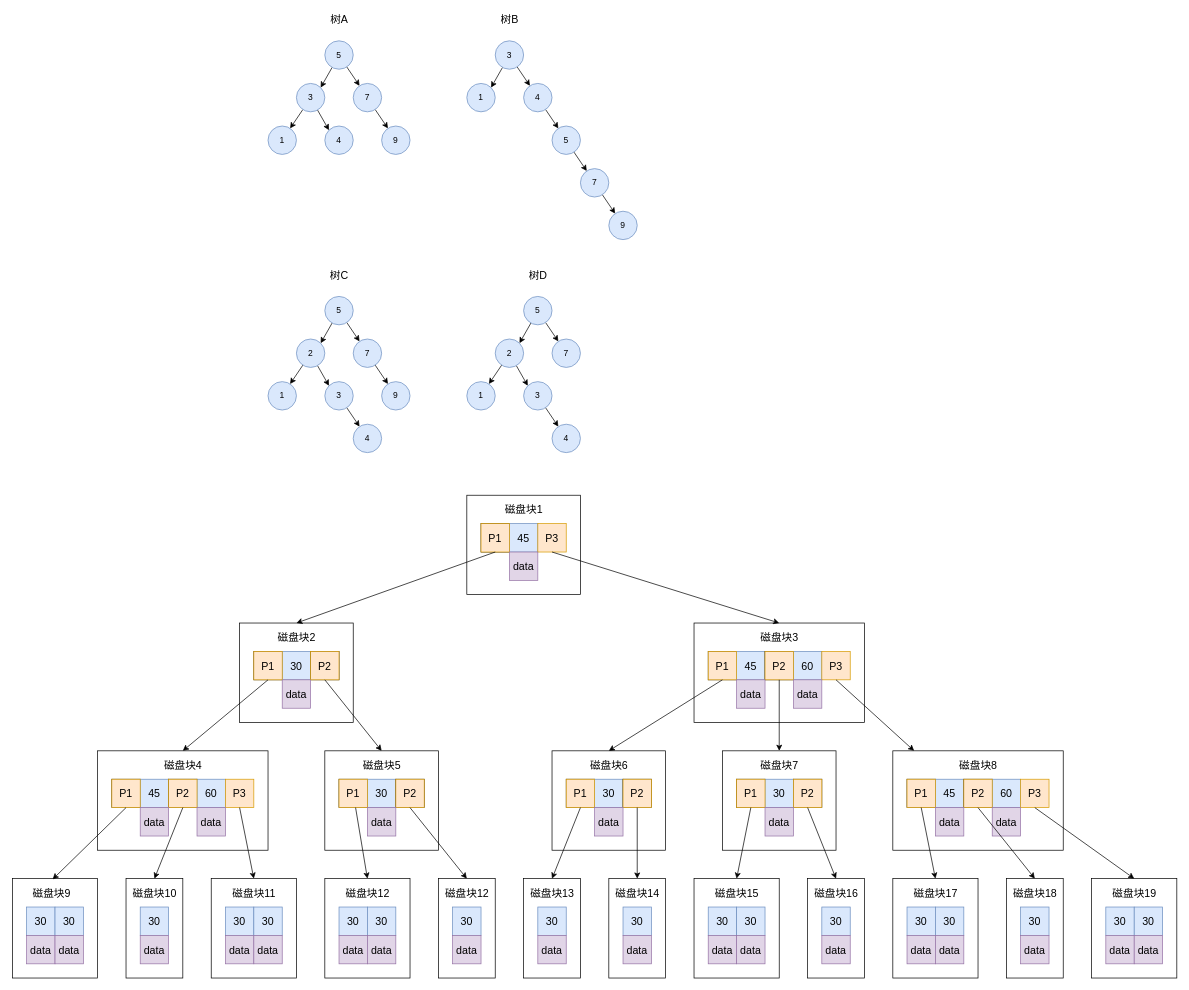
Above: MySQL 的 B+Tree/MySQL 的 B+Tree.drawio in zero-97/picture-of-the-article (draw.io), before the change. Source tidied: cells renumbered, new cells numbered last; positions are measured from the earlier drawing's top-left corner, leaving out a move shared by most shapes. Both pictures are drawn from the tidied source at 71%, with x=0, y=0 at pixel (12, 12).
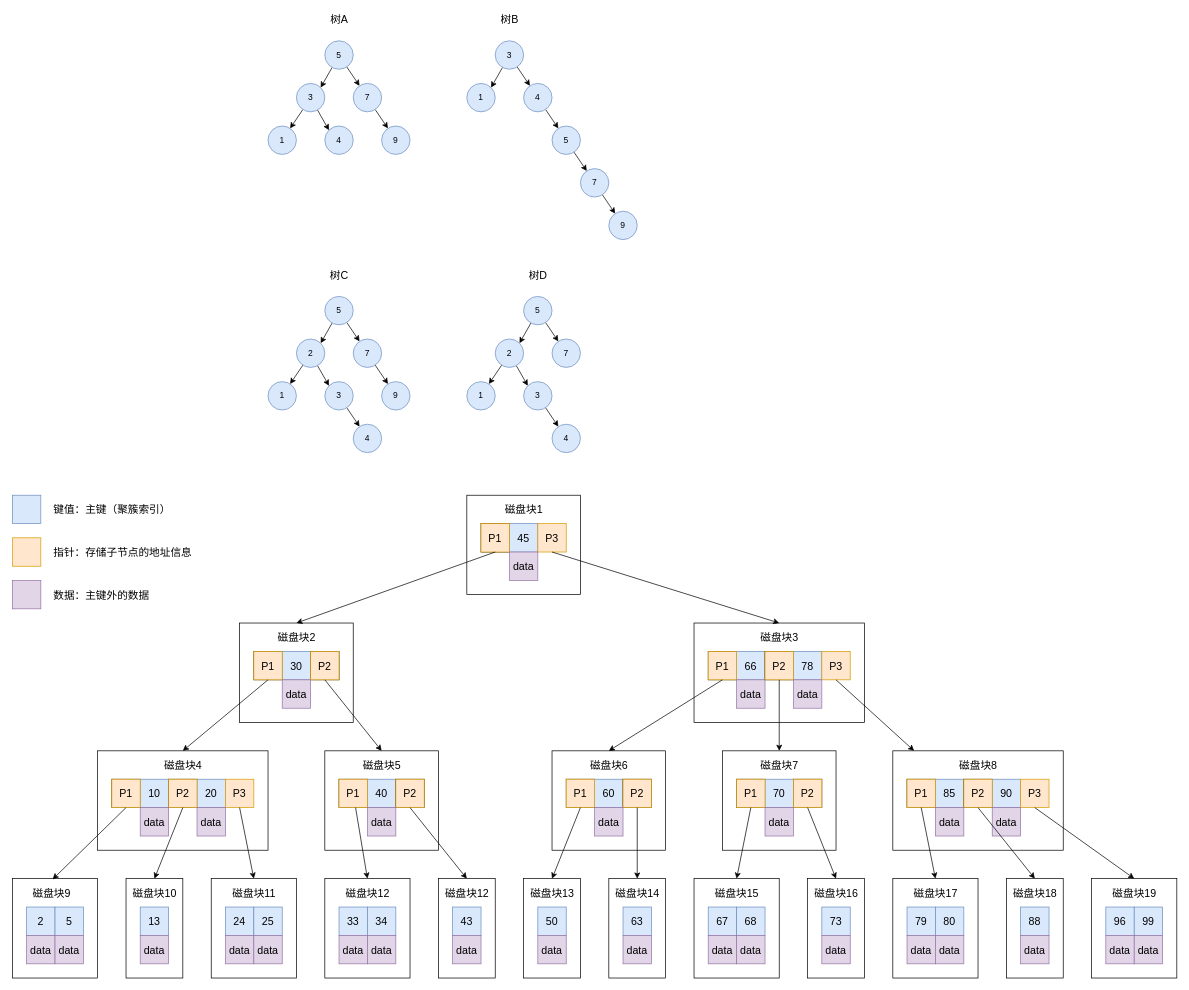
After the change.

The change refers to these unchanged cells:
```xml
<mxCell id="52" style="group;" parent="1" vertex="1">
  <mxGeometry x="960" y="860" width="240" height="140" as="geometry" />
</mxCell>
<mxCell id="73" style="group;" parent="1" vertex="1">
  <mxGeometry x="120" y="1040" width="240" height="140" as="geometry" />
</mxCell>
<mxCell id="86" style="group;" parent="1" vertex="1">
  <mxGeometry x="440" y="1040" width="160" height="140" as="geometry" />
</mxCell>
<mxCell id="96" style="group;" parent="1" vertex="1">
  <mxGeometry x="160" y="1220" width="80" height="140" as="geometry" />
</mxCell>
<mxCell id="101" style="group;" parent="1" vertex="1">
  <mxGeometry y="1220" width="120" height="140" as="geometry" />
</mxCell>
<mxCell id="111" style="group;" parent="1" vertex="1">
  <mxGeometry x="440" y="1220" width="120" height="140" as="geometry" />
</mxCell>
<mxCell id="118" style="group;" parent="1" vertex="1">
  <mxGeometry x="280" y="1220" width="120" height="140" as="geometry" />
</mxCell>
<mxCell id="126" style="group;" parent="1" vertex="1">
  <mxGeometry x="600" y="1220" width="80" height="140" as="geometry" />
</mxCell>
<mxCell id="132" style="group;" parent="1" vertex="1">
  <mxGeometry x="760" y="1040" width="160" height="140" as="geometry" />
</mxCell>
<mxCell id="141" style="group;" parent="1" vertex="1">
  <mxGeometry x="1000" y="1040" width="160" height="140" as="geometry" />
</mxCell>
<mxCell id="150" style="group;" parent="1" vertex="1">
  <mxGeometry x="1240" y="1040" width="240" height="140" as="geometry" />
</mxCell>
<mxCell id="165" style="group;" parent="1" vertex="1">
  <mxGeometry x="720" y="1220" width="80" height="140" as="geometry" />
</mxCell>
<mxCell id="170" style="group;" parent="1" vertex="1">
  <mxGeometry x="840" y="1220" width="80" height="140" as="geometry" />
</mxCell>
<mxCell id="175" style="group;" parent="1" vertex="1">
  <mxGeometry x="960" y="1220" width="120" height="140" as="geometry" />
</mxCell>
<mxCell id="182" style="group;" parent="1" vertex="1">
  <mxGeometry x="1120" y="1220" width="80" height="140" as="geometry" />
</mxCell>
<mxCell id="187" style="group;" parent="1" vertex="1">
  <mxGeometry x="1240" y="1220" width="120" height="140" as="geometry" />
</mxCell>
<mxCell id="194" style="group;" parent="1" vertex="1">
  <mxGeometry x="1400" y="1220" width="80" height="140" as="geometry" />
</mxCell>
<mxCell id="199" style="group;" parent="1" vertex="1">
  <mxGeometry x="1520" y="1220" width="120" height="140" as="geometry" />
</mxCell>
```

Change to the diagram source:
```diff
@@
-    <mxCell id="55" value="45" style="rounded=0;whiteSpace=wrap;html=1;fontSize=15;fillColor=#dae8fc;strokeColor=#6c8ebf;" parent="52" vertex="1">
+    <mxCell id="55" value="66" style="rounded=0;whiteSpace=wrap;html=1;fontSize=15;fillColor=#dae8fc;strokeColor=#6c8ebf;" parent="52" vertex="1">
       <mxGeometry x="60" y="40" width="40" height="40" as="geometry" />
     </mxCell>
@@
-    <mxCell id="57" value="60" style="rounded=0;whiteSpace=wrap;html=1;fontSize=15;fillColor=#dae8fc;strokeColor=#6c8ebf;" parent="52" vertex="1">
+    <mxCell id="57" value="78" style="rounded=0;whiteSpace=wrap;html=1;fontSize=15;fillColor=#dae8fc;strokeColor=#6c8ebf;" parent="52" vertex="1">
       <mxGeometry x="140" y="40" width="40" height="40" as="geometry" />
     </mxCell>
@@
-    <mxCell id="76" value="45" style="rounded=0;whiteSpace=wrap;html=1;fontSize=15;fillColor=#dae8fc;strokeColor=#6c8ebf;" parent="73" vertex="1">
+    <mxCell id="76" value="10" style="rounded=0;whiteSpace=wrap;html=1;fontSize=15;fillColor=#dae8fc;strokeColor=#6c8ebf;" parent="73" vertex="1">
       <mxGeometry x="60" y="40" width="40" height="40" as="geometry" />
     </mxCell>
@@
-    <mxCell id="78" value="60" style="rounded=0;whiteSpace=wrap;html=1;fontSize=15;fillColor=#dae8fc;strokeColor=#6c8ebf;" parent="73" vertex="1">
+    <mxCell id="78" value="20" style="rounded=0;whiteSpace=wrap;html=1;fontSize=15;fillColor=#dae8fc;strokeColor=#6c8ebf;" parent="73" vertex="1">
       <mxGeometry x="140" y="40" width="40" height="40" as="geometry" />
     </mxCell>
@@
-    <mxCell id="89" value="30" style="rounded=0;whiteSpace=wrap;html=1;fontSize=15;fillColor=#dae8fc;strokeColor=#6c8ebf;" parent="86" vertex="1">
+    <mxCell id="89" value="40" style="rounded=0;whiteSpace=wrap;html=1;fontSize=15;fillColor=#dae8fc;strokeColor=#6c8ebf;" parent="86" vertex="1">
       <mxGeometry x="60" y="40" width="40" height="40" as="geometry" />
     </mxCell>
@@
-    <mxCell id="98" value="30" style="rounded=0;whiteSpace=wrap;html=1;fontSize=15;fillColor=#dae8fc;strokeColor=#6c8ebf;" parent="96" vertex="1">
+    <mxCell id="98" value="13" style="rounded=0;whiteSpace=wrap;html=1;fontSize=15;fillColor=#dae8fc;strokeColor=#6c8ebf;" parent="96" vertex="1">
       <mxGeometry x="20" y="40" width="40" height="40" as="geometry" />
     </mxCell>
@@
-    <mxCell id="103" value="30" style="rounded=0;whiteSpace=wrap;html=1;fontSize=15;fillColor=#dae8fc;strokeColor=#6c8ebf;" parent="101" vertex="1">
+    <mxCell id="103" value="2" style="rounded=0;whiteSpace=wrap;html=1;fontSize=15;fillColor=#dae8fc;strokeColor=#6c8ebf;" parent="101" vertex="1">
       <mxGeometry x="20" y="40" width="40" height="40" as="geometry" />
     </mxCell>
@@
-    <mxCell id="106" value="30" style="rounded=0;whiteSpace=wrap;html=1;fontSize=15;fillColor=#dae8fc;strokeColor=#6c8ebf;" parent="101" vertex="1">
+    <mxCell id="106" value="5" style="rounded=0;whiteSpace=wrap;html=1;fontSize=15;fillColor=#dae8fc;strokeColor=#6c8ebf;" parent="101" vertex="1">
       <mxGeometry x="60" y="40" width="40" height="40" as="geometry" />
     </mxCell>
@@
-    <mxCell id="113" value="30" style="rounded=0;whiteSpace=wrap;html=1;fontSize=15;fillColor=#dae8fc;strokeColor=#6c8ebf;" parent="111" vertex="1">
+    <mxCell id="113" value="33" style="rounded=0;whiteSpace=wrap;html=1;fontSize=15;fillColor=#dae8fc;strokeColor=#6c8ebf;" parent="111" vertex="1">
       <mxGeometry x="20" y="40" width="40" height="40" as="geometry" />
     </mxCell>
@@
-    <mxCell id="116" value="30" style="rounded=0;whiteSpace=wrap;html=1;fontSize=15;fillColor=#dae8fc;strokeColor=#6c8ebf;" parent="111" vertex="1">
+    <mxCell id="116" value="34" style="rounded=0;whiteSpace=wrap;html=1;fontSize=15;fillColor=#dae8fc;strokeColor=#6c8ebf;" parent="111" vertex="1">
       <mxGeometry x="60" y="40" width="40" height="40" as="geometry" />
     </mxCell>
@@
-    <mxCell id="120" value="30" style="rounded=0;whiteSpace=wrap;html=1;fontSize=15;fillColor=#dae8fc;strokeColor=#6c8ebf;" parent="118" vertex="1">
+    <mxCell id="120" value="24" style="rounded=0;whiteSpace=wrap;html=1;fontSize=15;fillColor=#dae8fc;strokeColor=#6c8ebf;" parent="118" vertex="1">
       <mxGeometry x="20" y="40" width="40" height="40" as="geometry" />
     </mxCell>
@@
-    <mxCell id="123" value="30" style="rounded=0;whiteSpace=wrap;html=1;fontSize=15;fillColor=#dae8fc;strokeColor=#6c8ebf;" parent="118" vertex="1">
+    <mxCell id="123" value="25" style="rounded=0;whiteSpace=wrap;html=1;fontSize=15;fillColor=#dae8fc;strokeColor=#6c8ebf;" parent="118" vertex="1">
       <mxGeometry x="60" y="40" width="40" height="40" as="geometry" />
     </mxCell>
@@
-    <mxCell id="128" value="30" style="rounded=0;whiteSpace=wrap;html=1;fontSize=15;fillColor=#dae8fc;strokeColor=#6c8ebf;" parent="126" vertex="1">
+    <mxCell id="128" value="43" style="rounded=0;whiteSpace=wrap;html=1;fontSize=15;fillColor=#dae8fc;strokeColor=#6c8ebf;" parent="126" vertex="1">
       <mxGeometry x="20" y="40" width="40" height="40" as="geometry" />
     </mxCell>
@@
-    <mxCell id="135" value="30" style="rounded=0;whiteSpace=wrap;html=1;fontSize=15;fillColor=#dae8fc;strokeColor=#6c8ebf;" parent="132" vertex="1">
+    <mxCell id="135" value="60" style="rounded=0;whiteSpace=wrap;html=1;fontSize=15;fillColor=#dae8fc;strokeColor=#6c8ebf;" parent="132" vertex="1">
       <mxGeometry x="60" y="40" width="40" height="40" as="geometry" />
     </mxCell>
@@
-    <mxCell id="144" value="30" style="rounded=0;whiteSpace=wrap;html=1;fontSize=15;fillColor=#dae8fc;strokeColor=#6c8ebf;" parent="141" vertex="1">
+    <mxCell id="144" value="70" style="rounded=0;whiteSpace=wrap;html=1;fontSize=15;fillColor=#dae8fc;strokeColor=#6c8ebf;" parent="141" vertex="1">
       <mxGeometry x="60" y="40" width="40" height="40" as="geometry" />
     </mxCell>
@@
-    <mxCell id="153" value="45" style="rounded=0;whiteSpace=wrap;html=1;fontSize=15;fillColor=#dae8fc;strokeColor=#6c8ebf;" parent="150" vertex="1">
+    <mxCell id="153" value="85" style="rounded=0;whiteSpace=wrap;html=1;fontSize=15;fillColor=#dae8fc;strokeColor=#6c8ebf;" parent="150" vertex="1">
       <mxGeometry x="60" y="40" width="40" height="40" as="geometry" />
     </mxCell>
@@
-    <mxCell id="155" value="60" style="rounded=0;whiteSpace=wrap;html=1;fontSize=15;fillColor=#dae8fc;strokeColor=#6c8ebf;" parent="150" vertex="1">
+    <mxCell id="155" value="90" style="rounded=0;whiteSpace=wrap;html=1;fontSize=15;fillColor=#dae8fc;strokeColor=#6c8ebf;" parent="150" vertex="1">
       <mxGeometry x="140" y="40" width="40" height="40" as="geometry" />
     </mxCell>
@@
-    <mxCell id="167" value="30" style="rounded=0;whiteSpace=wrap;html=1;fontSize=15;fillColor=#dae8fc;strokeColor=#6c8ebf;" parent="165" vertex="1">
+    <mxCell id="167" value="50" style="rounded=0;whiteSpace=wrap;html=1;fontSize=15;fillColor=#dae8fc;strokeColor=#6c8ebf;" parent="165" vertex="1">
       <mxGeometry x="20" y="40" width="40" height="40" as="geometry" />
     </mxCell>
@@
-    <mxCell id="172" value="30" style="rounded=0;whiteSpace=wrap;html=1;fontSize=15;fillColor=#dae8fc;strokeColor=#6c8ebf;" parent="170" vertex="1">
+    <mxCell id="172" value="63" style="rounded=0;whiteSpace=wrap;html=1;fontSize=15;fillColor=#dae8fc;strokeColor=#6c8ebf;" parent="170" vertex="1">
       <mxGeometry x="20" y="40" width="40" height="40" as="geometry" />
     </mxCell>
@@
-    <mxCell id="177" value="30" style="rounded=0;whiteSpace=wrap;html=1;fontSize=15;fillColor=#dae8fc;strokeColor=#6c8ebf;" parent="175" vertex="1">
+    <mxCell id="177" value="67" style="rounded=0;whiteSpace=wrap;html=1;fontSize=15;fillColor=#dae8fc;strokeColor=#6c8ebf;" parent="175" vertex="1">
       <mxGeometry x="20" y="40" width="40" height="40" as="geometry" />
     </mxCell>
@@
-    <mxCell id="180" value="30" style="rounded=0;whiteSpace=wrap;html=1;fontSize=15;fillColor=#dae8fc;strokeColor=#6c8ebf;" parent="175" vertex="1">
+    <mxCell id="180" value="68" style="rounded=0;whiteSpace=wrap;html=1;fontSize=15;fillColor=#dae8fc;strokeColor=#6c8ebf;" parent="175" vertex="1">
       <mxGeometry x="60" y="40" width="40" height="40" as="geometry" />
     </mxCell>
@@
-    <mxCell id="184" value="30" style="rounded=0;whiteSpace=wrap;html=1;fontSize=15;fillColor=#dae8fc;strokeColor=#6c8ebf;" parent="182" vertex="1">
+    <mxCell id="184" value="73" style="rounded=0;whiteSpace=wrap;html=1;fontSize=15;fillColor=#dae8fc;strokeColor=#6c8ebf;" parent="182" vertex="1">
       <mxGeometry x="20" y="40" width="40" height="40" as="geometry" />
     </mxCell>
@@
-    <mxCell id="189" value="30" style="rounded=0;whiteSpace=wrap;html=1;fontSize=15;fillColor=#dae8fc;strokeColor=#6c8ebf;" parent="187" vertex="1">
+    <mxCell id="189" value="79" style="rounded=0;whiteSpace=wrap;html=1;fontSize=15;fillColor=#dae8fc;strokeColor=#6c8ebf;" parent="187" vertex="1">
       <mxGeometry x="20" y="40" width="40" height="40" as="geometry" />
     </mxCell>
@@
-    <mxCell id="192" value="30" style="rounded=0;whiteSpace=wrap;html=1;fontSize=15;fillColor=#dae8fc;strokeColor=#6c8ebf;" parent="187" vertex="1">
+    <mxCell id="192" value="80" style="rounded=0;whiteSpace=wrap;html=1;fontSize=15;fillColor=#dae8fc;strokeColor=#6c8ebf;" parent="187" vertex="1">
       <mxGeometry x="60" y="40" width="40" height="40" as="geometry" />
     </mxCell>
@@
-    <mxCell id="196" value="30" style="rounded=0;whiteSpace=wrap;html=1;fontSize=15;fillColor=#dae8fc;strokeColor=#6c8ebf;" parent="194" vertex="1">
+    <mxCell id="196" value="88" style="rounded=0;whiteSpace=wrap;html=1;fontSize=15;fillColor=#dae8fc;strokeColor=#6c8ebf;" parent="194" vertex="1">
       <mxGeometry x="20" y="40" width="40" height="40" as="geometry" />
     </mxCell>
@@
-    <mxCell id="201" value="30" style="rounded=0;whiteSpace=wrap;html=1;fontSize=15;fillColor=#dae8fc;strokeColor=#6c8ebf;" parent="199" vertex="1">
+    <mxCell id="201" value="96" style="rounded=0;whiteSpace=wrap;html=1;fontSize=15;fillColor=#dae8fc;strokeColor=#6c8ebf;" parent="199" vertex="1">
       <mxGeometry x="20" y="40" width="40" height="40" as="geometry" />
     </mxCell>
@@
-    <mxCell id="204" value="30" style="rounded=0;whiteSpace=wrap;html=1;fontSize=15;fillColor=#dae8fc;strokeColor=#6c8ebf;" parent="199" vertex="1">
+    <mxCell id="204" value="99" style="rounded=0;whiteSpace=wrap;html=1;fontSize=15;fillColor=#dae8fc;strokeColor=#6c8ebf;" parent="199" vertex="1">
       <mxGeometry x="60" y="40" width="40" height="40" as="geometry" />
     </mxCell>
@@
+    <mxCell id="223" style="rounded=0;whiteSpace=wrap;html=1;fontSize=15;fillColor=#dae8fc;strokeColor=#6c8ebf;" parent="1" vertex="1">
+      <mxGeometry y="680" width="40" height="40" as="geometry" />
+    </mxCell>
+    <mxCell id="224" style="rounded=0;whiteSpace=wrap;html=1;fontSize=15;fillColor=#ffe6cc;strokeColor=#d79b00;" parent="1" vertex="1">
+      <mxGeometry y="740" width="40" height="40" as="geometry" />
+    </mxCell>
+    <mxCell id="225" style="rounded=0;whiteSpace=wrap;html=1;fontSize=15;fillColor=#e1d5e7;strokeColor=#9673a6;" parent="1" vertex="1">
+      <mxGeometry y="800" width="40" height="40" as="geometry" />
+    </mxCell>
+    <mxCell id="226" value="键值：主键（聚簇索引）" style="text;html=1;align=center;verticalAlign=middle;strokeColor=none;fillColor=none;fontSize=15;" parent="1" vertex="1">
+      <mxGeometry x="50" y="690" width="180" height="20" as="geometry" />
+    </mxCell>
+    <mxCell id="227" value="指针：存储子节点的地址信息" style="text;html=1;align=center;verticalAlign=middle;strokeColor=none;fillColor=none;fontSize=15;" parent="1" vertex="1">
+      <mxGeometry x="50" y="750" width="210" height="20" as="geometry" />
+    </mxCell>
+    <mxCell id="228" value="数据：主键外的数据" style="text;html=1;align=center;verticalAlign=middle;strokeColor=none;fillColor=none;fontSize=15;" parent="1" vertex="1">
+      <mxGeometry x="50" y="810" width="150" height="20" as="geometry" />
+    </mxCell>
```
